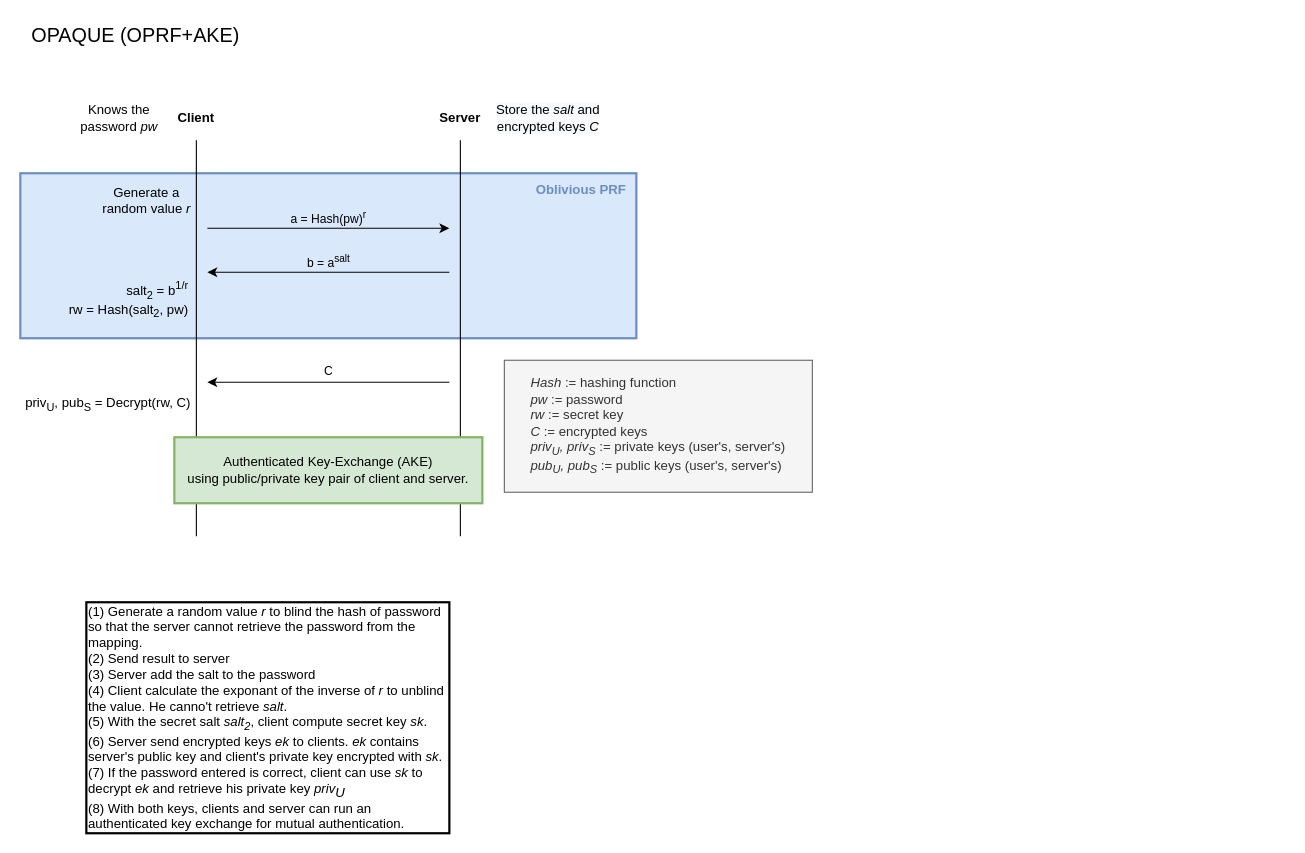
Before: 02-state-of-the-art/OPAQUE.drawio in jul0105/Bachelor-Thesis, a draw.io diagram. Source tidied: cells renumbered, new cells numbered last; positions are measured from the earlier drawing's top-left corner, leaving out a move shared by most shapes. Both pictures are drawn from the tidied source at 110%, with x=0, y=0 at pixel (20, 19).
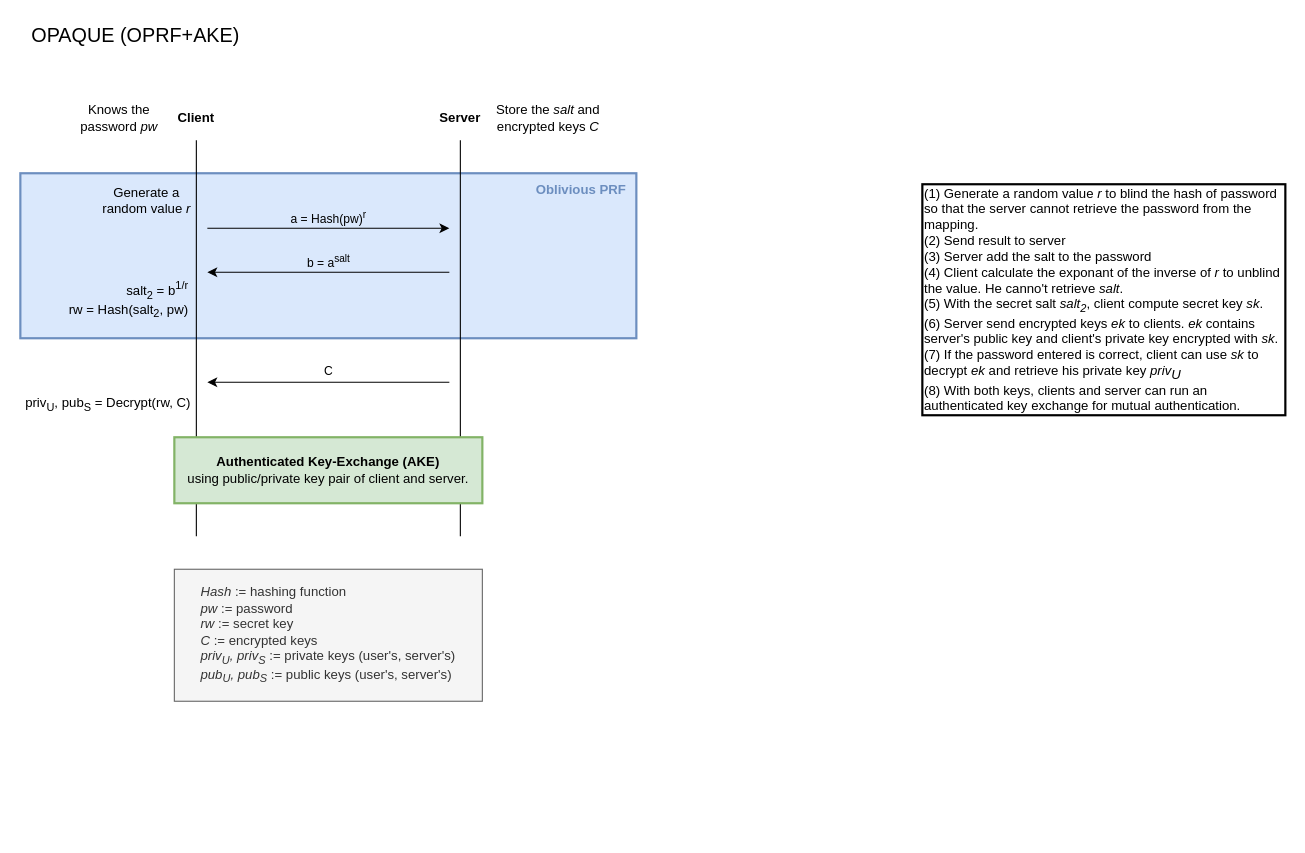
After the change.

Commit message (it also covers changes not shown here):
state of the art: KHAPE schema

Change to the diagram source:
```diff
@@
-    <mxCell id="11" value="&lt;span style=&quot;font-family: &amp;#34;helvetica&amp;#34; ; font-size: 12px ; font-style: normal ; font-weight: 400 ; letter-spacing: normal ; text-align: center ; text-indent: 0px ; text-transform: none ; word-spacing: 0px ; background-color: rgb(248 , 249 , 250) ; display: inline ; float: none&quot;&gt;Store the&lt;span&gt;&amp;nbsp;&lt;/span&gt;&lt;/span&gt;&lt;i style=&quot;font-family: &amp;#34;helvetica&amp;#34; ; font-size: 12px ; font-weight: 400 ; letter-spacing: normal ; text-align: center ; text-indent: 0px ; text-transform: none ; word-spacing: 0px ; background-color: rgb(248 , 249 , 250)&quot;&gt;salt&lt;/i&gt;&lt;span style=&quot;font-family: &amp;#34;helvetica&amp;#34; ; font-size: 12px ; font-style: normal ; font-weight: 400 ; letter-spacing: normal ; text-align: center ; text-indent: 0px ; text-transform: none ; word-spacing: 0px ; background-color: rgb(248 , 249 , 250) ; display: inline ; float: none&quot;&gt;&amp;nbsp;and encrypted keys &lt;/span&gt;&lt;span style=&quot;font-family: &amp;#34;helvetica&amp;#34; ; font-size: 12px ; font-weight: 400 ; letter-spacing: normal ; text-align: center ; text-indent: 0px ; text-transform: none ; word-spacing: 0px ; background-color: rgb(248 , 249 , 250) ; display: inline ; float: none&quot;&gt;&lt;i&gt;C&lt;/i&gt;&lt;/span&gt;" style="text;html=1;strokeColor=none;fillColor=none;align=center;verticalAlign=middle;whiteSpace=wrap;rounded=0;fontColor=#000000;" parent="1" vertex="1">
+    <mxCell id="11" value="&lt;span style=&quot;font-family: helvetica; font-size: 12px; font-style: normal; font-weight: 400; letter-spacing: normal; text-align: center; text-indent: 0px; text-transform: none; word-spacing: 0px; display: inline; float: none;&quot;&gt;Store the&lt;span&gt;&amp;nbsp;&lt;/span&gt;&lt;/span&gt;&lt;i style=&quot;font-family: helvetica; font-size: 12px; font-weight: 400; letter-spacing: normal; text-align: center; text-indent: 0px; text-transform: none; word-spacing: 0px;&quot;&gt;salt&lt;/i&gt;&lt;span style=&quot;font-family: helvetica; font-size: 12px; font-style: normal; font-weight: 400; letter-spacing: normal; text-align: center; text-indent: 0px; text-transform: none; word-spacing: 0px; display: inline; float: none;&quot;&gt;&amp;nbsp;and encrypted keys &lt;/span&gt;&lt;span style=&quot;font-family: helvetica; font-size: 12px; font-weight: 400; letter-spacing: normal; text-align: center; text-indent: 0px; text-transform: none; word-spacing: 0px; display: inline; float: none;&quot;&gt;&lt;i&gt;C&lt;/i&gt;&lt;/span&gt;" style="text;html=1;strokeColor=none;fillColor=none;align=center;verticalAlign=middle;whiteSpace=wrap;rounded=0;fontColor=default;labelBackgroundColor=none;" parent="1" vertex="1">
       <mxGeometry x="430" y="70" width="100" height="40" as="geometry" />
     </mxCell>
@@
-    <mxCell id="13" value="C" style="endArrow=classic;html=1;" parent="1" edge="1">
+    <mxCell id="13" value="C" style="endArrow=classic;html=1;labelBackgroundColor=none;" parent="1" edge="1">
       <mxGeometry y="-10" relative="1" as="geometry">
         <mxPoint x="390" y="330" as="sourcePoint" />
         <mxPoint x="170" y="330" as="targetPoint" />
       </mxGeometry>
     </mxCell>
@@
-    <mxCell id="15" value="Authenticated Key-Exchange (AKE)&lt;br&gt;using public/private key pair of client and server." style="rounded=0;whiteSpace=wrap;html=1;fillColor=#d5e8d4;strokeColor=#82b366;strokeWidth=2;" parent="1" vertex="1">
+    <mxCell id="15" value="&lt;b&gt;Authenticated Key-Exchange (AKE)&lt;/b&gt;&lt;br&gt;using public/private key pair of client and server." style="rounded=0;whiteSpace=wrap;html=1;fillColor=#d5e8d4;strokeColor=#82b366;strokeWidth=2;" parent="1" vertex="1">
       <mxGeometry x="140" y="380" width="280" height="60" as="geometry" />
     </mxCell>
@@
     <mxCell id="17" value="&lt;div style=&quot;text-align: left&quot;&gt;&lt;font style=&quot;font-size: 12px&quot;&gt;&lt;i&gt;Hash&lt;/i&gt; := hashing function&lt;/font&gt;&lt;/div&gt;&lt;div style=&quot;text-align: left&quot;&gt;&lt;i&gt;pw&lt;/i&gt;&amp;nbsp;:= password&lt;/div&gt;&lt;div style=&quot;text-align: left&quot;&gt;&lt;font style=&quot;font-size: 12px&quot;&gt;&lt;i&gt;rw&lt;/i&gt; := secret key&lt;/font&gt;&lt;/div&gt;&lt;div style=&quot;text-align: left&quot;&gt;&lt;font style=&quot;font-size: 12px&quot;&gt;&lt;i&gt;C&lt;/i&gt; := encrypted keys&lt;/font&gt;&lt;/div&gt;&lt;div style=&quot;text-align: left&quot;&gt;&lt;font style=&quot;font-size: 12px&quot;&gt;&lt;i&gt;&lt;span&gt;priv&lt;/span&gt;&lt;sub&gt;U&lt;/sub&gt;&lt;span&gt;, priv&lt;/span&gt;&lt;sub&gt;S&lt;/sub&gt;&lt;/i&gt;&amp;nbsp;:= private keys (user's, server's)&lt;/font&gt;&lt;/div&gt;&lt;div style=&quot;text-align: left&quot;&gt;&lt;font style=&quot;font-size: 12px&quot;&gt;&lt;i&gt;pub&lt;sub&gt;U&lt;/sub&gt;, pub&lt;sub&gt;S&lt;/sub&gt;&lt;/i&gt;&amp;nbsp;:= public keys (user's, server's)&lt;/font&gt;&lt;/div&gt;" style="rounded=0;whiteSpace=wrap;html=1;shadow=0;fontColor=#333333;strokeColor=#666666;strokeWidth=1;fillColor=#f5f5f5;" parent="1" vertex="1">
-      <mxGeometry x="440" y="310" width="280" height="120" as="geometry" />
+      <mxGeometry x="140" y="500" width="280" height="120" as="geometry" />
     </mxCell>
     <mxCell id="18" value="(1) Generate a random value &lt;i&gt;r&lt;/i&gt;&amp;nbsp;to blind the hash of password so that the server cannot retrieve the password from the mapping.&lt;br&gt;(2) Send result to server&lt;br&gt;(3) Server add the salt to the password&lt;br&gt;(4) Client calculate the exponant of the inverse of &lt;i&gt;r&lt;/i&gt;&amp;nbsp;to unblind the value. He canno't retrieve &lt;i&gt;salt&lt;/i&gt;.&lt;br&gt;(5) With the secret salt &lt;i&gt;salt&lt;sub&gt;2&lt;/sub&gt;&lt;/i&gt;, client compute secret key &lt;i&gt;sk&lt;/i&gt;.&lt;br&gt;(6) Server send encrypted keys &lt;i&gt;ek&lt;/i&gt; to clients. &lt;i&gt;ek&lt;/i&gt;&amp;nbsp;contains server's public key and client's private key encrypted with &lt;i&gt;sk&lt;/i&gt;.&lt;br&gt;(7) If the password entered is correct, client can use &lt;i&gt;sk&lt;/i&gt;&amp;nbsp;to decrypt &lt;i&gt;ek&lt;/i&gt;&amp;nbsp;and retrieve his private key &lt;i&gt;priv&lt;/i&gt;&lt;i style=&quot;vertical-align: sub&quot;&gt;U&lt;br&gt;&lt;/i&gt;(8) With both keys, clients and server can run an authenticated key exchange for mutual authentication." style="rounded=0;whiteSpace=wrap;html=1;shadow=0;fontColor=#000000;strokeColor=default;strokeWidth=2;fillColor=none;gradientColor=none;align=left;" parent="1" vertex="1">
-      <mxGeometry x="60" y="530" width="330" height="210" as="geometry" />
+      <mxGeometry x="820" y="150" width="330" height="210" as="geometry" />
     </mxCell>
```
